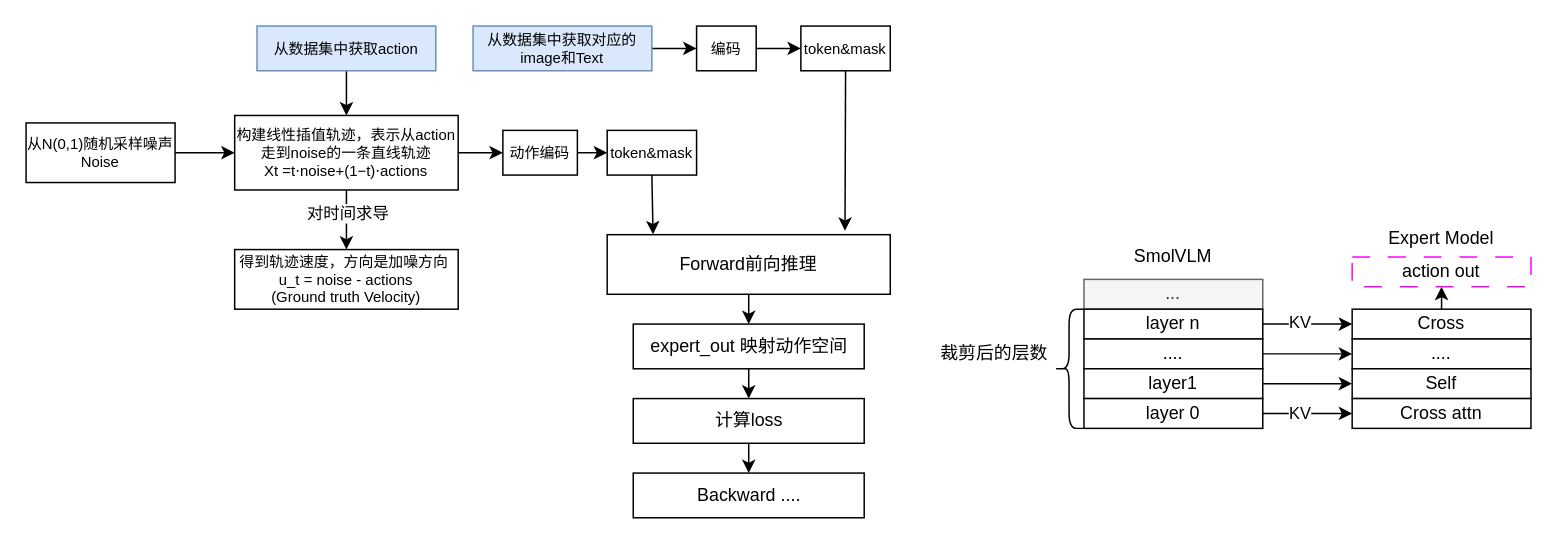
mailonghua/drawio keeps this draw.io diagram as LLM/VLA/smolVLA.drawio. Above is the earlier version. Source tidied: cells renumbered, new cells numbered last; positions are measured from the earlier drawing's top-left corner, leaving out a move shared by most shapes. Both pictures are drawn from the tidied source at 149%, with x=0, y=0 at pixel (25, 25).
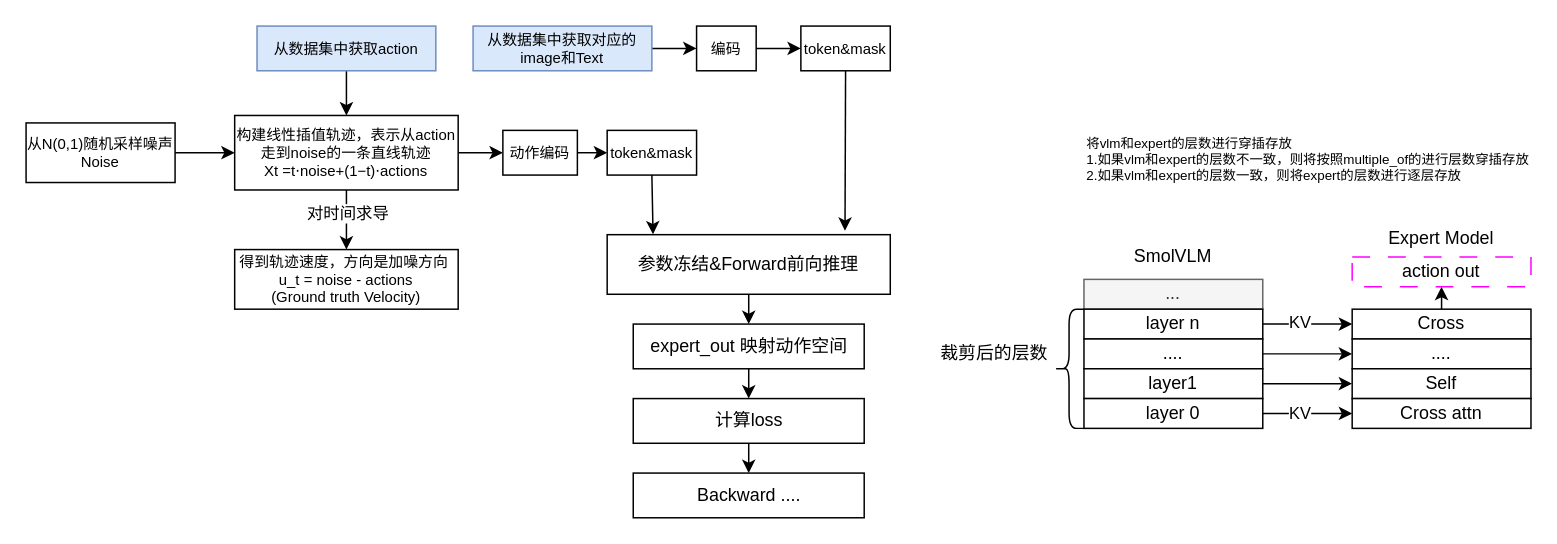
After the change.

Change to the diagram source:
```diff
@@
-    <mxCell id="20" value="Forward前向推理" style="rounded=0;whiteSpace=wrap;html=1;" parent="1" vertex="1">
+    <mxCell id="20" value="参数冻结&amp;amp;Forward前向推理" style="rounded=0;whiteSpace=wrap;html=1;" parent="1" vertex="1">
       <mxGeometry x="390" y="140" width="190" height="40" as="geometry" />
     </mxCell>
@@
+    <mxCell id="49" value="&lt;div&gt;&amp;nbsp; &amp;nbsp; &amp;nbsp; &amp;nbsp; 将vlm和expert的层数进行穿插存放&lt;/div&gt;&lt;div&gt;&amp;nbsp; &amp;nbsp; &amp;nbsp; &amp;nbsp; 1.如果vlm和expert的层数不一致，则将按照multiple_of的进行层数穿插存放&lt;/div&gt;&lt;div&gt;&amp;nbsp; &amp;nbsp; &amp;nbsp; &amp;nbsp; 2.如果vlm和expert的层数一致，则将expert的层数进行逐层存放&lt;/div&gt;" style="text;strokeColor=none;align=left;fillColor=none;html=1;verticalAlign=middle;whiteSpace=wrap;rounded=0;fontSize=9;" parent="1" vertex="1">
+      <mxGeometry x="690" y="75" width="320" height="30" as="geometry" />
+    </mxCell>
```
